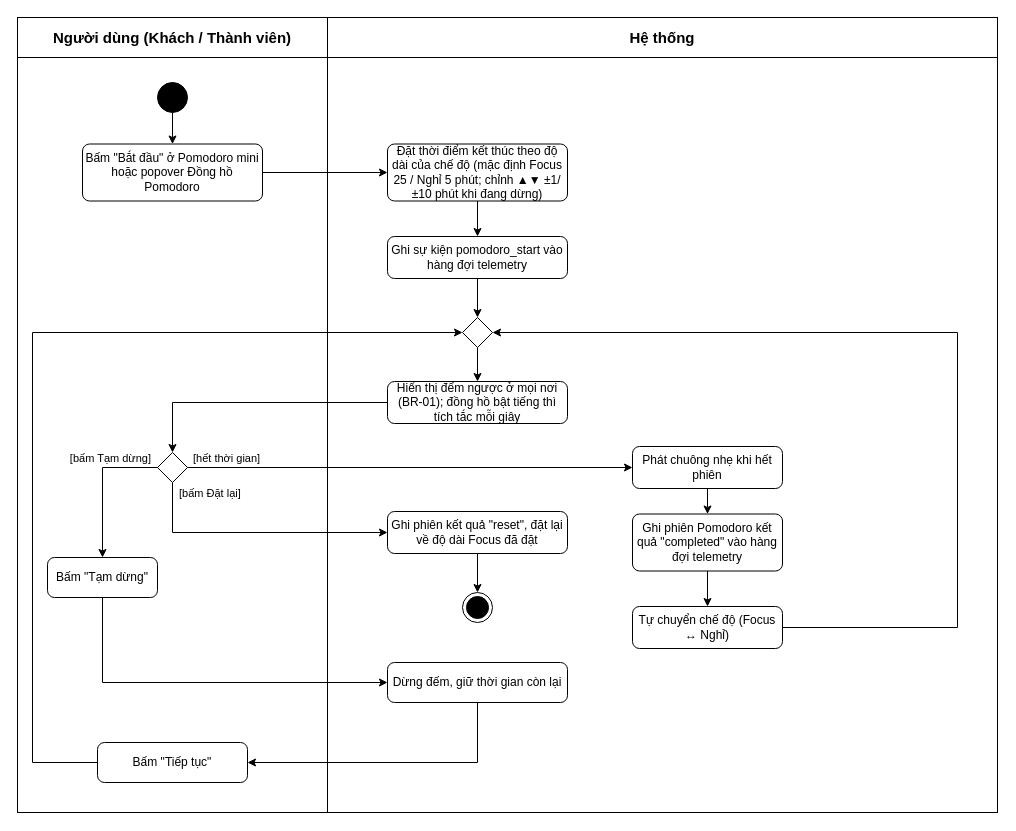
Above: page "A5" (6 of 29) of docs/analysis/FocuSpace_Diagrams.drawio in CaoLePhucThinh2203/FocuSpace (draw.io), before the change. Source tidied: cells renumbered, new cells numbered last; positions are measured from the earlier drawing's top-left corner, leaving out a move shared by most shapes. Both pictures are drawn from the tidied source at 100%, with x=0, y=0 at pixel (17, 17).
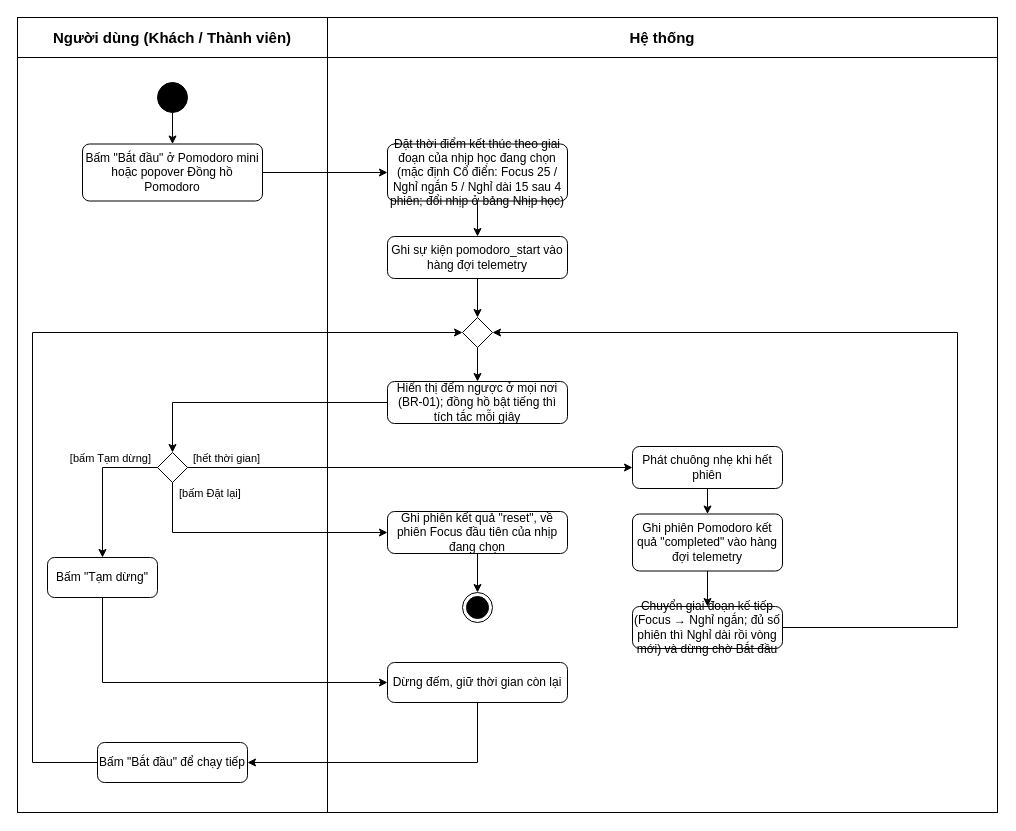
The same diagram, later.

Commit message (it also covers changes not shown here):
docs(analysis): drawio A2, A4–A6, S5, S6, C2 theo PRD v5.5–v5.8 (25 đồ, nhịp học, hẹn giờ 15/30/60, bỏ ▲▼ và chip lưu) (UC.02, UC.04–UC.06)

Diff of the diagram source:
```diff
@@
-    <mxCell id="5" value="Đặt thời điểm kết thúc theo độ dài của chế độ (mặc định Focus 25 / Nghỉ 5 phút; chỉnh ▲▼ ±1/±10 phút khi đang dừng)" style="html=1;align=center;verticalAlign=middle;rounded=1;absoluteArcSize=1;arcSize=14;dashed=0;whiteSpace=wrap;fontSize=12;" parent="1" vertex="1">
+    <mxCell id="5" value="Đặt thời điểm kết thúc theo giai đoạn của nhịp học đang chọn (mặc định Cổ điển: Focus 25 / Nghỉ ngắn 5 / Nghỉ dài 15 sau 4 phiên; đổi nhịp ở bảng Nhịp học)" style="html=1;align=center;verticalAlign=middle;rounded=1;absoluteArcSize=1;arcSize=14;dashed=0;whiteSpace=wrap;fontSize=12;" parent="1" vertex="1">
       <mxGeometry x="370" y="126.5" width="180" height="57" as="geometry" />
     </mxCell>
@@
-    <mxCell id="12" value="Tự chuyển chế độ (Focus ↔ Nghỉ)" style="html=1;align=center;verticalAlign=middle;rounded=1;absoluteArcSize=1;arcSize=14;dashed=0;whiteSpace=wrap;fontSize=12;" parent="1" vertex="1">
+    <mxCell id="12" value="Chuyển giai đoạn kế tiếp (Focus → Nghỉ ngắn; đủ số phiên thì Nghỉ dài rồi vòng mới) và dừng chờ Bắt đầu" style="html=1;align=center;verticalAlign=middle;rounded=1;absoluteArcSize=1;arcSize=14;dashed=0;whiteSpace=wrap;fontSize=12;" parent="1" vertex="1">
       <mxGeometry x="615" y="589" width="150" height="42" as="geometry" />
     </mxCell>
-    <mxCell id="13" value="Ghi phiên kết quả &quot;reset&quot;, đặt lại về độ dài Focus đã đặt" style="html=1;align=center;verticalAlign=middle;rounded=1;absoluteArcSize=1;arcSize=14;dashed=0;whiteSpace=wrap;fontSize=12;" parent="1" vertex="1">
+    <mxCell id="13" value="Ghi phiên kết quả &quot;reset&quot;, về phiên Focus đầu tiên của nhịp đang chọn" style="html=1;align=center;verticalAlign=middle;rounded=1;absoluteArcSize=1;arcSize=14;dashed=0;whiteSpace=wrap;fontSize=12;" parent="1" vertex="1">
       <mxGeometry x="370" y="494" width="180" height="42" as="geometry" />
     </mxCell>
@@
-    <mxCell id="17" value="Bấm &quot;Tiếp tục&quot;" style="html=1;align=center;verticalAlign=middle;rounded=1;absoluteArcSize=1;arcSize=14;dashed=0;whiteSpace=wrap;fontSize=12;" parent="1" vertex="1">
+    <mxCell id="17" value="Bấm &quot;Bắt đầu&quot; để chạy tiếp" style="html=1;align=center;verticalAlign=middle;rounded=1;absoluteArcSize=1;arcSize=14;dashed=0;whiteSpace=wrap;fontSize=12;" parent="1" vertex="1">
       <mxGeometry x="80" y="725" width="150" height="40" as="geometry" />
     </mxCell>
```
